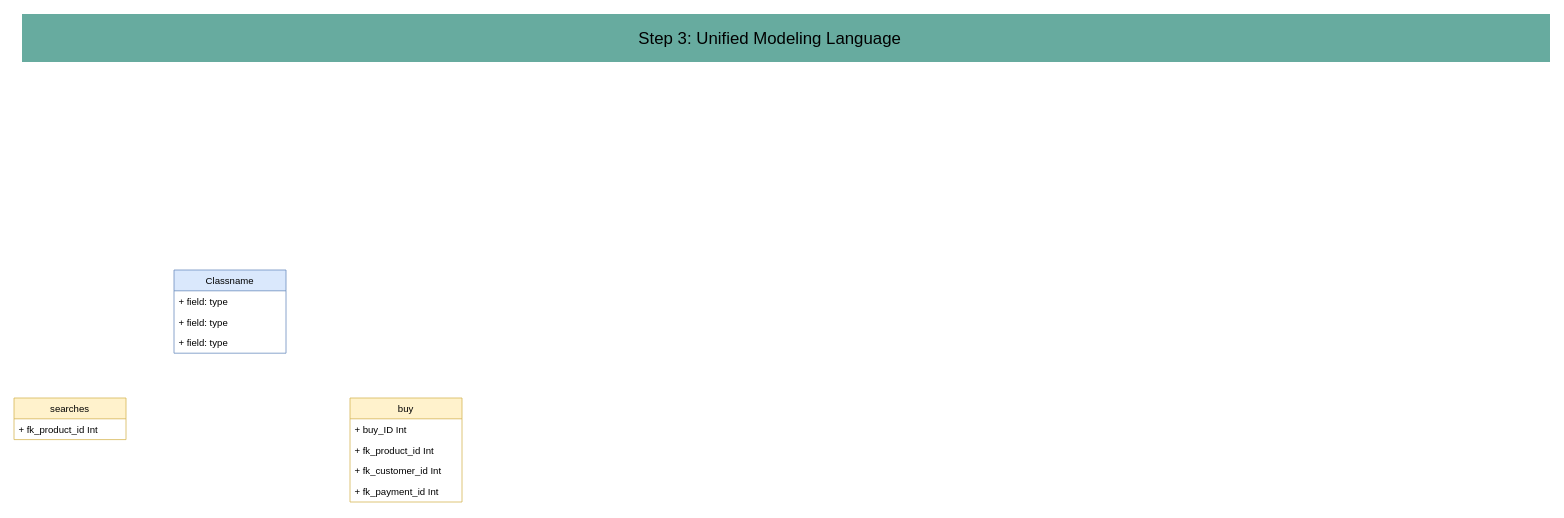
Above: diagrammes/CR_9_UML_diagramme.drawio in nat-oku/FE21-CR9-Natalia (draw.io), before the change. Source tidied: cells renumbered, new cells numbered last; positions are measured from the earlier drawing's top-left corner, leaving out a move shared by most shapes. Both pictures are drawn from the tidied source at 80%, with x=0, y=0 at pixel (14, 14).
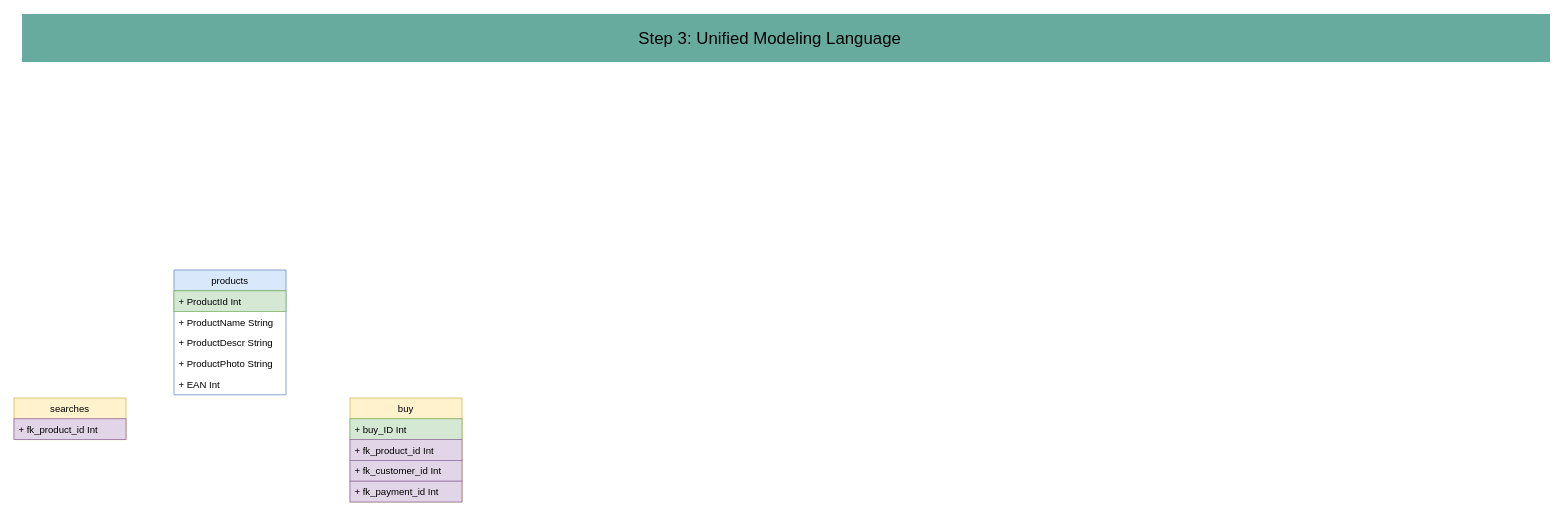
The same page after the edit.

The edit, as a diff of the source:
```diff
@@
 <mxGraphModel>
   <root>
     <mxCell id="0" />
     <mxCell id="1" parent="0" />
     <mxCell id="2" style="rounded=0;whiteSpace=wrap;html=1;labelBackgroundColor=#009999;labelBorderColor=#000000;strokeColor=none;fillColor=#67AB9F;fontColor=#000000;" parent="1" vertex="1">
       <mxGeometry x="10" width="1910" height="60" as="geometry" />
     </mxCell>
     <mxCell id="3" value="&lt;font style=&quot;font-size: 21px&quot;&gt;Step 3: Unified Modeling Language&lt;/font&gt;" style="text;html=1;strokeColor=none;fillColor=none;align=center;verticalAlign=middle;whiteSpace=wrap;rounded=0;labelBackgroundColor=none;fontColor=#000000;" parent="1" vertex="1">
       <mxGeometry x="30" y="20" width="1830" height="20" as="geometry" />
     </mxCell>
-    <mxCell id="4" value="Classname" style="swimlane;fontStyle=0;horizontal=1;startSize=26;fillColor=#dae8fc;strokeColor=#6c8ebf;" parent="1" vertex="1">
-      <mxGeometry x="200" y="320" width="140" height="104" as="geometry" />
+    <mxCell id="4" value="products" style="swimlane;fontStyle=0;horizontal=1;startSize=26;fillColor=#dae8fc;strokeColor=#6c8ebf;" parent="1" vertex="1">
+      <mxGeometry x="200" y="320" width="140" height="156" as="geometry" />
     </mxCell>
-    <mxCell id="5" value="+ field: type" style="text;align=left;verticalAlign=top;spacingLeft=4;spacingRight=4;overflow=hidden;" parent="4" vertex="1">
+    <mxCell id="5" value="+ ProductId Int" style="text;align=left;verticalAlign=top;spacingLeft=4;spacingRight=4;overflow=hidden;fillColor=#d5e8d4;strokeColor=#82b366;" parent="4" vertex="1">
       <mxGeometry y="26" width="140" height="26" as="geometry" />
     </mxCell>
-    <mxCell id="6" value="+ field: type" style="text;align=left;verticalAlign=top;spacingLeft=4;spacingRight=4;overflow=hidden;" parent="4" vertex="1">
+    <mxCell id="6" value="+ ProductName String" style="text;align=left;verticalAlign=top;spacingLeft=4;spacingRight=4;overflow=hidden;" parent="4" vertex="1">
       <mxGeometry y="52" width="140" height="26" as="geometry" />
     </mxCell>
-    <mxCell id="7" value="+ field: type" style="text;align=left;verticalAlign=top;spacingLeft=4;spacingRight=4;overflow=hidden;" parent="4" vertex="1">
+    <mxCell id="7" value="+ ProductDescr String" style="text;align=left;verticalAlign=top;spacingLeft=4;spacingRight=4;overflow=hidden;" parent="4" vertex="1">
       <mxGeometry y="78" width="140" height="26" as="geometry" />
     </mxCell>
+    <mxCell id="15" value="+ ProductPhoto String" style="text;align=left;verticalAlign=top;spacingLeft=4;spacingRight=4;overflow=hidden;" parent="4" vertex="1">
+      <mxGeometry y="104" width="140" height="26" as="geometry" />
+    </mxCell>
+    <mxCell id="16" value="+ EAN Int" style="text;align=left;verticalAlign=top;spacingLeft=4;spacingRight=4;overflow=hidden;" parent="4" vertex="1">
+      <mxGeometry y="130" width="140" height="26" as="geometry" />
+    </mxCell>
     <mxCell id="8" value="searches" style="swimlane;fontStyle=0;horizontal=1;startSize=26;fillColor=#fff2cc;strokeColor=#d6b656;" parent="1" vertex="1">
       <mxGeometry y="480" width="140" height="52" as="geometry" />
     </mxCell>
-    <mxCell id="9" value="+ fk_product_id Int" style="text;align=left;verticalAlign=top;spacingLeft=4;spacingRight=4;overflow=hidden;" parent="8" vertex="1">
+    <mxCell id="9" value="+ fk_product_id Int" style="text;align=left;verticalAlign=top;spacingLeft=4;spacingRight=4;overflow=hidden;fillColor=#e1d5e7;strokeColor=#9673a6;" parent="8" vertex="1">
       <mxGeometry y="26" width="140" height="26" as="geometry" />
     </mxCell>
     <mxCell id="10" value="buy" style="swimlane;fontStyle=0;horizontal=1;startSize=26;fillColor=#fff2cc;strokeColor=#d6b656;" parent="1" vertex="1">
       <mxGeometry x="420" y="480" width="140" height="130" as="geometry" />
     </mxCell>
-    <mxCell id="11" value="+ buy_ID Int" style="text;align=left;verticalAlign=top;spacingLeft=4;spacingRight=4;overflow=hidden;" parent="10" vertex="1">
+    <mxCell id="11" value="+ buy_ID Int" style="text;align=left;verticalAlign=top;spacingLeft=4;spacingRight=4;overflow=hidden;fillColor=#d5e8d4;strokeColor=#82b366;" parent="10" vertex="1">
       <mxGeometry y="26" width="140" height="26" as="geometry" />
     </mxCell>
-    <mxCell id="12" value="+ fk_product_id Int" style="text;align=left;verticalAlign=top;spacingLeft=4;spacingRight=4;overflow=hidden;" parent="10" vertex="1">
+    <mxCell id="12" value="+ fk_product_id Int" style="text;align=left;verticalAlign=top;spacingLeft=4;spacingRight=4;overflow=hidden;fillColor=#e1d5e7;strokeColor=#9673a6;" parent="10" vertex="1">
       <mxGeometry y="52" width="140" height="26" as="geometry" />
     </mxCell>
-    <mxCell id="13" value="+ fk_customer_id Int" style="text;align=left;verticalAlign=top;spacingLeft=4;spacingRight=4;overflow=hidden;" parent="10" vertex="1">
+    <mxCell id="13" value="+ fk_customer_id Int" style="text;align=left;verticalAlign=top;spacingLeft=4;spacingRight=4;overflow=hidden;fillColor=#e1d5e7;strokeColor=#9673a6;" parent="10" vertex="1">
       <mxGeometry y="78" width="140" height="26" as="geometry" />
     </mxCell>
-    <mxCell id="14" value="+ fk_payment_id Int" style="text;align=left;verticalAlign=top;spacingLeft=4;spacingRight=4;overflow=hidden;" parent="10" vertex="1">
+    <mxCell id="14" value="+ fk_payment_id Int" style="text;align=left;verticalAlign=top;spacingLeft=4;spacingRight=4;overflow=hidden;fillColor=#e1d5e7;strokeColor=#9673a6;" parent="10" vertex="1">
       <mxGeometry y="104" width="140" height="26" as="geometry" />
     </mxCell>
   </root>
 </mxGraphModel>
```
